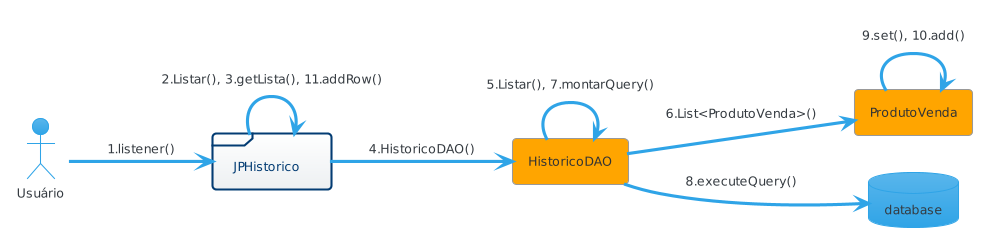
Flaigor/SalesHistoryManager keeps this PlantUML diagram as docs/uml/Collaboration/CollaborationHistorico.png. Above is the earlier version.
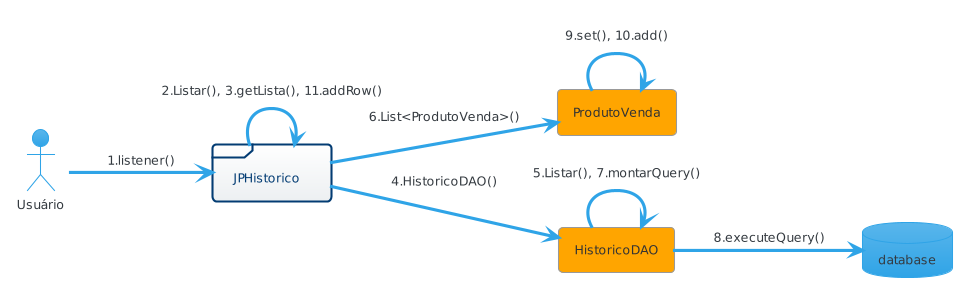
The same file after the commit.

What changed in the source:
```diff
@@ -13,6 +13,6 @@
 JPHistorico --> HistoricoDAO : 4.HistoricoDAO()
 HistoricoDAO --> HistoricoDAO : 5.Listar(), 7.montarQuery()
 HistoricoDAO --> database : 8.executeQuery()
-HistoricoDAO --> ProdutoVenda : 6.List<ProdutoVenda>()
+JPHistorico --> ProdutoVenda : 6.List<ProdutoVenda>()
 ProdutoVenda --> ProdutoVenda : 9.set(), 10.add()
 @enduml
```
